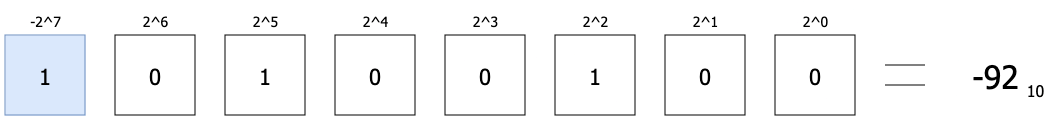
The draw.io diagram content/posts/quantization/twos_complement.png in DWarez/dwarez.github.io, before a commit. Source tidied: cells renumbered, new cells last; positions are measured from the earlier drawing's top-left corner, leaving out a move shared by most shapes.
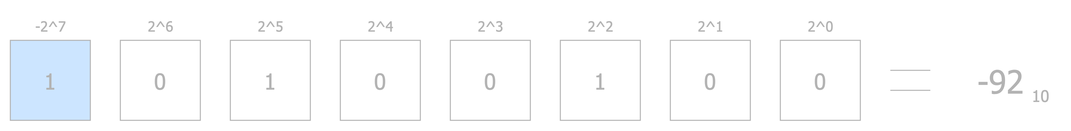
After the commit.

Change to the diagram source:
```diff
@@ -2,76 +2,76 @@
   <root>
     <mxCell id="0" />
     <mxCell id="1" parent="0" />
-    <mxCell id="2" value="&lt;font style=&quot;font-size: 22px;&quot; face=&quot;Tahoma&quot;&gt;1&lt;/font&gt;" style="rounded=0;whiteSpace=wrap;html=1;labelBackgroundColor=none;fillColor=#dae8fc;strokeColor=#6c8ebf;" parent="1" vertex="1">
-      <mxGeometry y="30" width="80" height="80" as="geometry" />
-    </mxCell>
-    <mxCell id="3" value="&lt;font face=&quot;Tahoma&quot; style=&quot;font-size: 22px;&quot;&gt;0&lt;/font&gt;" style="rounded=0;whiteSpace=wrap;html=1;" parent="1" vertex="1">
-      <mxGeometry x="110" y="30" width="80" height="80" as="geometry" />
-    </mxCell>
-    <mxCell id="4" value="&lt;font style=&quot;font-size: 22px;&quot; face=&quot;Tahoma&quot;&gt;1&lt;/font&gt;" style="rounded=0;whiteSpace=wrap;html=1;" parent="1" vertex="1">
-      <mxGeometry x="220" y="30" width="80" height="80" as="geometry" />
-    </mxCell>
-    <mxCell id="5" value="&lt;font face=&quot;Tahoma&quot; style=&quot;font-size: 22px;&quot;&gt;0&lt;/font&gt;" style="rounded=0;whiteSpace=wrap;html=1;" parent="1" vertex="1">
-      <mxGeometry x="330" y="30" width="80" height="80" as="geometry" />
-    </mxCell>
-    <mxCell id="6" value="&lt;font face=&quot;Tahoma&quot; style=&quot;font-size: 22px;&quot;&gt;0&lt;/font&gt;" style="rounded=0;whiteSpace=wrap;html=1;" parent="1" vertex="1">
-      <mxGeometry x="440" y="30" width="80" height="80" as="geometry" />
-    </mxCell>
-    <mxCell id="7" value="&lt;font style=&quot;font-size: 22px;&quot; face=&quot;Tahoma&quot;&gt;1&lt;/font&gt;" style="rounded=0;whiteSpace=wrap;html=1;" parent="1" vertex="1">
-      <mxGeometry x="550" y="30" width="80" height="80" as="geometry" />
-    </mxCell>
-    <mxCell id="8" value="&lt;font face=&quot;Tahoma&quot; style=&quot;font-size: 22px;&quot;&gt;0&lt;/font&gt;" style="rounded=0;whiteSpace=wrap;html=1;" parent="1" vertex="1">
-      <mxGeometry x="660" y="30" width="80" height="80" as="geometry" />
-    </mxCell>
-    <mxCell id="9" value="&lt;font face=&quot;Tahoma&quot; style=&quot;font-size: 22px;&quot;&gt;0&lt;/font&gt;" style="rounded=0;whiteSpace=wrap;html=1;" parent="1" vertex="1">
-      <mxGeometry x="770" y="30" width="80" height="80" as="geometry" />
-    </mxCell>
+    <mxCell id="22" value="&lt;font style=&quot;font-size: 22px;&quot; face=&quot;Tahoma&quot;&gt;1&lt;/font&gt;" style="rounded=0;whiteSpace=wrap;html=1;labelBackgroundColor=none;fillColor=#CCE5FF;strokeColor=#B3B3B3;fontColor=#B3B3B3;" parent="1" vertex="1">
+      <mxGeometry y="30" width="80" height="80" as="geometry" />
+    </mxCell>
+    <mxCell id="23" value="&lt;font face=&quot;Tahoma&quot; style=&quot;font-size: 22px;&quot;&gt;0&lt;/font&gt;" style="rounded=0;whiteSpace=wrap;html=1;fontColor=#B3B3B3;strokeColor=#B3B3B3;" parent="1" vertex="1">
+      <mxGeometry x="110" y="30" width="80" height="80" as="geometry" />
+    </mxCell>
+    <mxCell id="24" value="&lt;font style=&quot;font-size: 22px;&quot; face=&quot;Tahoma&quot;&gt;1&lt;/font&gt;" style="rounded=0;whiteSpace=wrap;html=1;fontColor=#B3B3B3;strokeColor=#B3B3B3;" parent="1" vertex="1">
+      <mxGeometry x="220" y="30" width="80" height="80" as="geometry" />
+    </mxCell>
+    <mxCell id="25" value="&lt;font face=&quot;Tahoma&quot; style=&quot;font-size: 22px;&quot;&gt;0&lt;/font&gt;" style="rounded=0;whiteSpace=wrap;html=1;fontColor=#B3B3B3;strokeColor=#B3B3B3;" parent="1" vertex="1">
+      <mxGeometry x="330" y="30" width="80" height="80" as="geometry" />
+    </mxCell>
+    <mxCell id="26" value="&lt;font face=&quot;Tahoma&quot; style=&quot;font-size: 22px;&quot;&gt;0&lt;/font&gt;" style="rounded=0;whiteSpace=wrap;html=1;fontColor=#B3B3B3;strokeColor=#B3B3B3;" parent="1" vertex="1">
+      <mxGeometry x="440" y="30" width="80" height="80" as="geometry" />
+    </mxCell>
+    <mxCell id="27" value="&lt;font style=&quot;font-size: 22px;&quot; face=&quot;Tahoma&quot;&gt;1&lt;/font&gt;" style="rounded=0;whiteSpace=wrap;html=1;fontColor=#B3B3B3;strokeColor=#B3B3B3;" parent="1" vertex="1">
+      <mxGeometry x="550" y="30" width="80" height="80" as="geometry" />
+    </mxCell>
+    <mxCell id="28" value="&lt;font face=&quot;Tahoma&quot; style=&quot;font-size: 22px;&quot;&gt;0&lt;/font&gt;" style="rounded=0;whiteSpace=wrap;html=1;fontColor=#B3B3B3;strokeColor=#B3B3B3;" parent="1" vertex="1">
+      <mxGeometry x="660" y="30" width="80" height="80" as="geometry" />
+    </mxCell>
+    <mxCell id="29" value="&lt;font face=&quot;Tahoma&quot; style=&quot;font-size: 22px;&quot;&gt;0&lt;/font&gt;" style="rounded=0;whiteSpace=wrap;html=1;fontColor=#B3B3B3;strokeColor=#B3B3B3;" parent="1" vertex="1">
+      <mxGeometry x="770" y="30" width="80" height="80" as="geometry" />
+    </mxCell>
-    <mxCell id="10" value="-2^7" style="text;html=1;align=center;verticalAlign=middle;strokeColor=none;fillColor=none;fontFamily=Tahoma;fontSize=14;" parent="1" vertex="1">
+    <mxCell id="10" value="-2^7" style="text;html=1;align=center;verticalAlign=middle;strokeColor=none;fillColor=none;fontFamily=Tahoma;fontSize=14;fontColor=#B3B3B3;" parent="1" vertex="1">
       <mxGeometry x="15" width="50" height="30" as="geometry" />
     </mxCell>
-    <mxCell id="11" value="2^6" style="text;html=1;align=center;verticalAlign=middle;strokeColor=none;fillColor=none;fontFamily=Tahoma;fontSize=14;" parent="1" vertex="1">
+    <mxCell id="11" value="2^6" style="text;html=1;align=center;verticalAlign=middle;strokeColor=none;fillColor=none;fontFamily=Tahoma;fontSize=14;fontColor=#B3B3B3;" parent="1" vertex="1">
       <mxGeometry x="125" width="50" height="30" as="geometry" />
     </mxCell>
-    <mxCell id="12" value="2^5" style="text;html=1;align=center;verticalAlign=middle;strokeColor=none;fillColor=none;fontFamily=Tahoma;fontSize=14;" parent="1" vertex="1">
+    <mxCell id="12" value="2^5" style="text;html=1;align=center;verticalAlign=middle;strokeColor=none;fillColor=none;fontFamily=Tahoma;fontSize=14;fontColor=#B3B3B3;" parent="1" vertex="1">
       <mxGeometry x="235" width="50" height="30" as="geometry" />
     </mxCell>
-    <mxCell id="13" value="2^4" style="text;html=1;align=center;verticalAlign=middle;strokeColor=none;fillColor=none;fontFamily=Tahoma;fontSize=14;" parent="1" vertex="1">
+    <mxCell id="13" value="2^4" style="text;html=1;align=center;verticalAlign=middle;strokeColor=none;fillColor=none;fontFamily=Tahoma;fontSize=14;fontColor=#B3B3B3;" parent="1" vertex="1">
       <mxGeometry x="345" width="50" height="30" as="geometry" />
     </mxCell>
-    <mxCell id="14" value="2^3" style="text;html=1;align=center;verticalAlign=middle;strokeColor=none;fillColor=none;fontFamily=Tahoma;fontSize=14;" parent="1" vertex="1">
+    <mxCell id="14" value="2^3" style="text;html=1;align=center;verticalAlign=middle;strokeColor=none;fillColor=none;fontFamily=Tahoma;fontSize=14;fontColor=#B3B3B3;" parent="1" vertex="1">
       <mxGeometry x="455" width="50" height="30" as="geometry" />
     </mxCell>
-    <mxCell id="15" value="2^2" style="text;html=1;align=center;verticalAlign=middle;strokeColor=none;fillColor=none;fontFamily=Tahoma;fontSize=14;" parent="1" vertex="1">
+    <mxCell id="15" value="2^2" style="text;html=1;align=center;verticalAlign=middle;strokeColor=none;fillColor=none;fontFamily=Tahoma;fontSize=14;fontColor=#B3B3B3;" parent="1" vertex="1">
       <mxGeometry x="565" width="50" height="30" as="geometry" />
     </mxCell>
-    <mxCell id="16" value="2^1" style="text;html=1;align=center;verticalAlign=middle;strokeColor=none;fillColor=none;fontFamily=Tahoma;fontSize=14;" parent="1" vertex="1">
+    <mxCell id="16" value="2^1" style="text;html=1;align=center;verticalAlign=middle;strokeColor=none;fillColor=none;fontFamily=Tahoma;fontSize=14;fontColor=#B3B3B3;" parent="1" vertex="1">
       <mxGeometry x="675" width="50" height="30" as="geometry" />
     </mxCell>
-    <mxCell id="17" value="2^0" style="text;html=1;align=center;verticalAlign=middle;strokeColor=none;fillColor=none;fontFamily=Tahoma;fontSize=14;" parent="1" vertex="1">
+    <mxCell id="17" value="2^0" style="text;html=1;align=center;verticalAlign=middle;strokeColor=none;fillColor=none;fontFamily=Tahoma;fontSize=14;fontColor=#B3B3B3;" parent="1" vertex="1">
       <mxGeometry x="785" width="50" height="30" as="geometry" />
     </mxCell>
-    <mxCell id="18" style="endArrow=none;html=1;rounded=0;" parent="1" edge="1">
-      <mxGeometry relative="1" as="geometry">
-        <mxPoint x="880" y="60" as="sourcePoint" />
-        <mxPoint x="920" y="60" as="targetPoint" />
-        <Array as="points">
-          <mxPoint x="900" y="60" />
-        </Array>
-      </mxGeometry>
-    </mxCell>
-    <mxCell id="19" style="endArrow=none;html=1;rounded=0;" parent="1" edge="1">
-      <mxGeometry relative="1" as="geometry">
-        <mxPoint x="880" y="80" as="sourcePoint" />
-        <mxPoint x="920" y="80" as="targetPoint" />
-        <Array as="points">
-          <mxPoint x="900" y="80" />
-        </Array>
-      </mxGeometry>
-    </mxCell>
+    <mxCell id="30" style="endArrow=none;html=1;rounded=0;fontColor=#B3B3B3;fillColor=#e1d5e7;strokeColor=#B3B3B3;" parent="1" edge="1">
+      <mxGeometry relative="1" as="geometry">
+        <mxPoint x="880" y="60" as="sourcePoint" />
+        <mxPoint x="920" y="60" as="targetPoint" />
+        <Array as="points">
+          <mxPoint x="900" y="60" />
+        </Array>
+      </mxGeometry>
+    </mxCell>
+    <mxCell id="31" style="endArrow=none;html=1;rounded=0;fontColor=#B3B3B3;fillColor=#e1d5e7;strokeColor=#B3B3B3;" parent="1" edge="1">
+      <mxGeometry relative="1" as="geometry">
+        <mxPoint x="880" y="80" as="sourcePoint" />
+        <mxPoint x="920" y="80" as="targetPoint" />
+        <Array as="points">
+          <mxPoint x="900" y="80" />
+        </Array>
+      </mxGeometry>
+    </mxCell>
-    <mxCell id="20" value="&lt;font style=&quot;font-size: 32px;&quot; face=&quot;Tahoma&quot;&gt;-92&lt;/font&gt;" style="text;html=1;align=center;verticalAlign=middle;strokeColor=none;fillColor=none;" parent="1" vertex="1">
+    <mxCell id="20" value="&lt;font style=&quot;font-size: 32px;&quot; face=&quot;Tahoma&quot;&gt;-92&lt;/font&gt;" style="text;html=1;align=center;verticalAlign=middle;strokeColor=none;fillColor=none;fontColor=#B3B3B3;" parent="1" vertex="1">
       <mxGeometry x="955" y="45" width="70" height="50" as="geometry" />
     </mxCell>
-    <mxCell id="21" value="10" style="text;html=1;align=center;verticalAlign=middle;strokeColor=none;fillColor=none;fontFamily=Tahoma;fontSize=16;" parent="1" vertex="1">
+    <mxCell id="21" value="10" style="text;html=1;align=center;verticalAlign=middle;strokeColor=none;fillColor=none;fontFamily=Tahoma;fontSize=16;fontColor=#B3B3B3;" parent="1" vertex="1">
       <mxGeometry x="1010" y="70" width="40" height="30" as="geometry" />
     </mxCell>
   </root>
```
